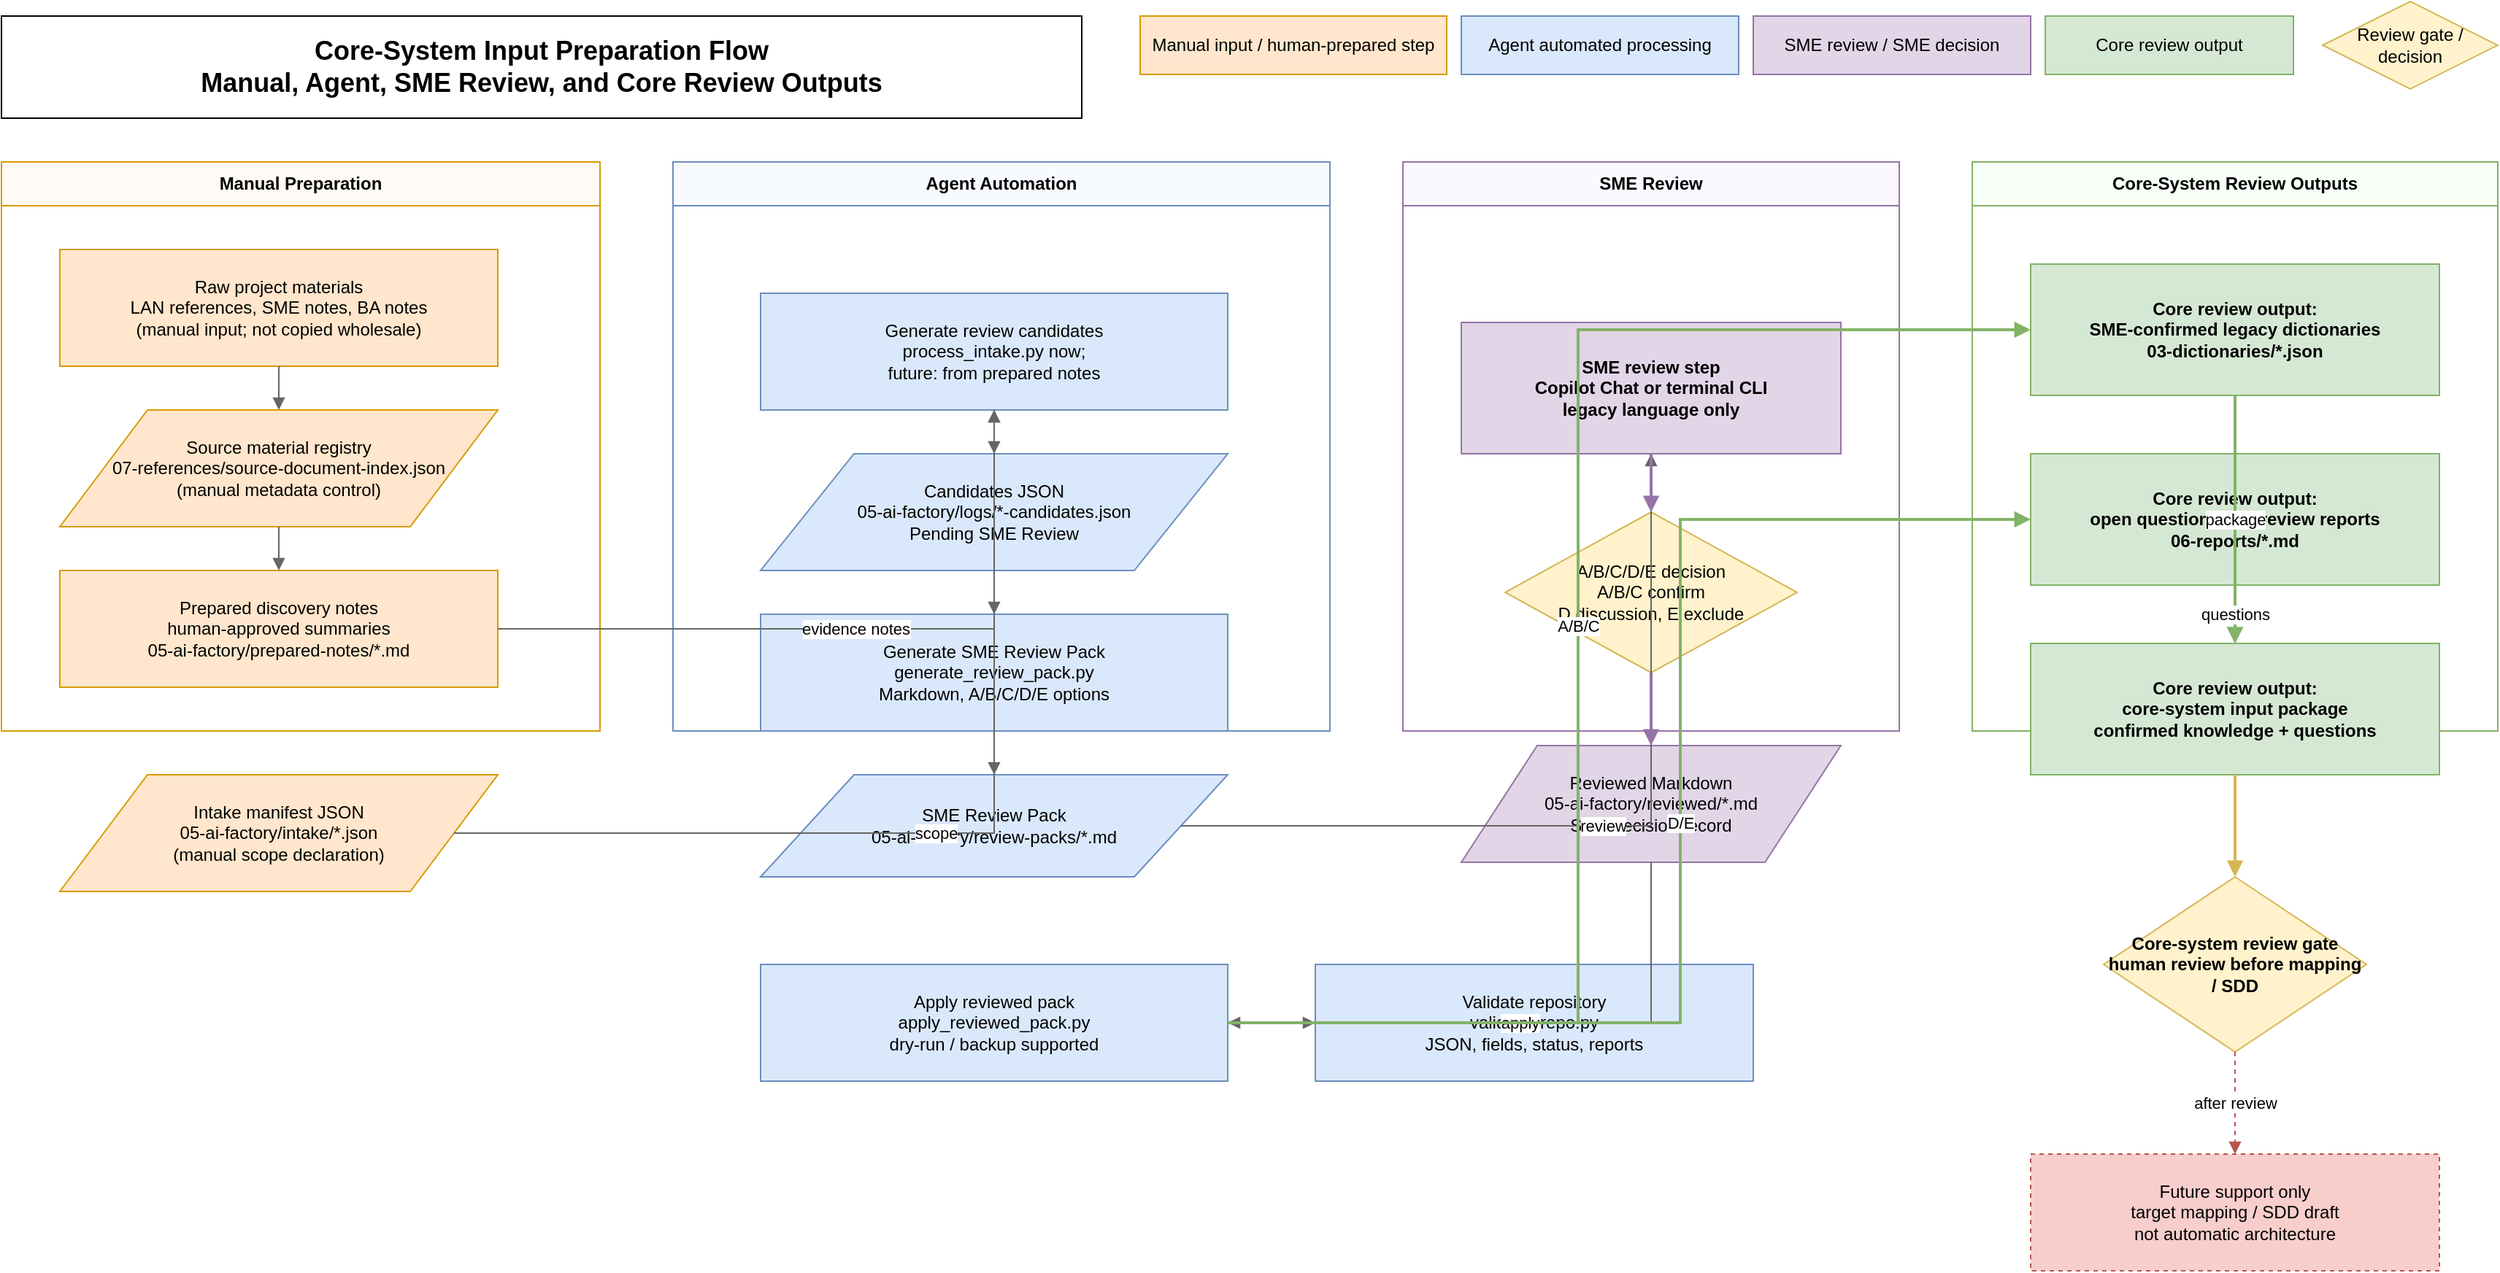
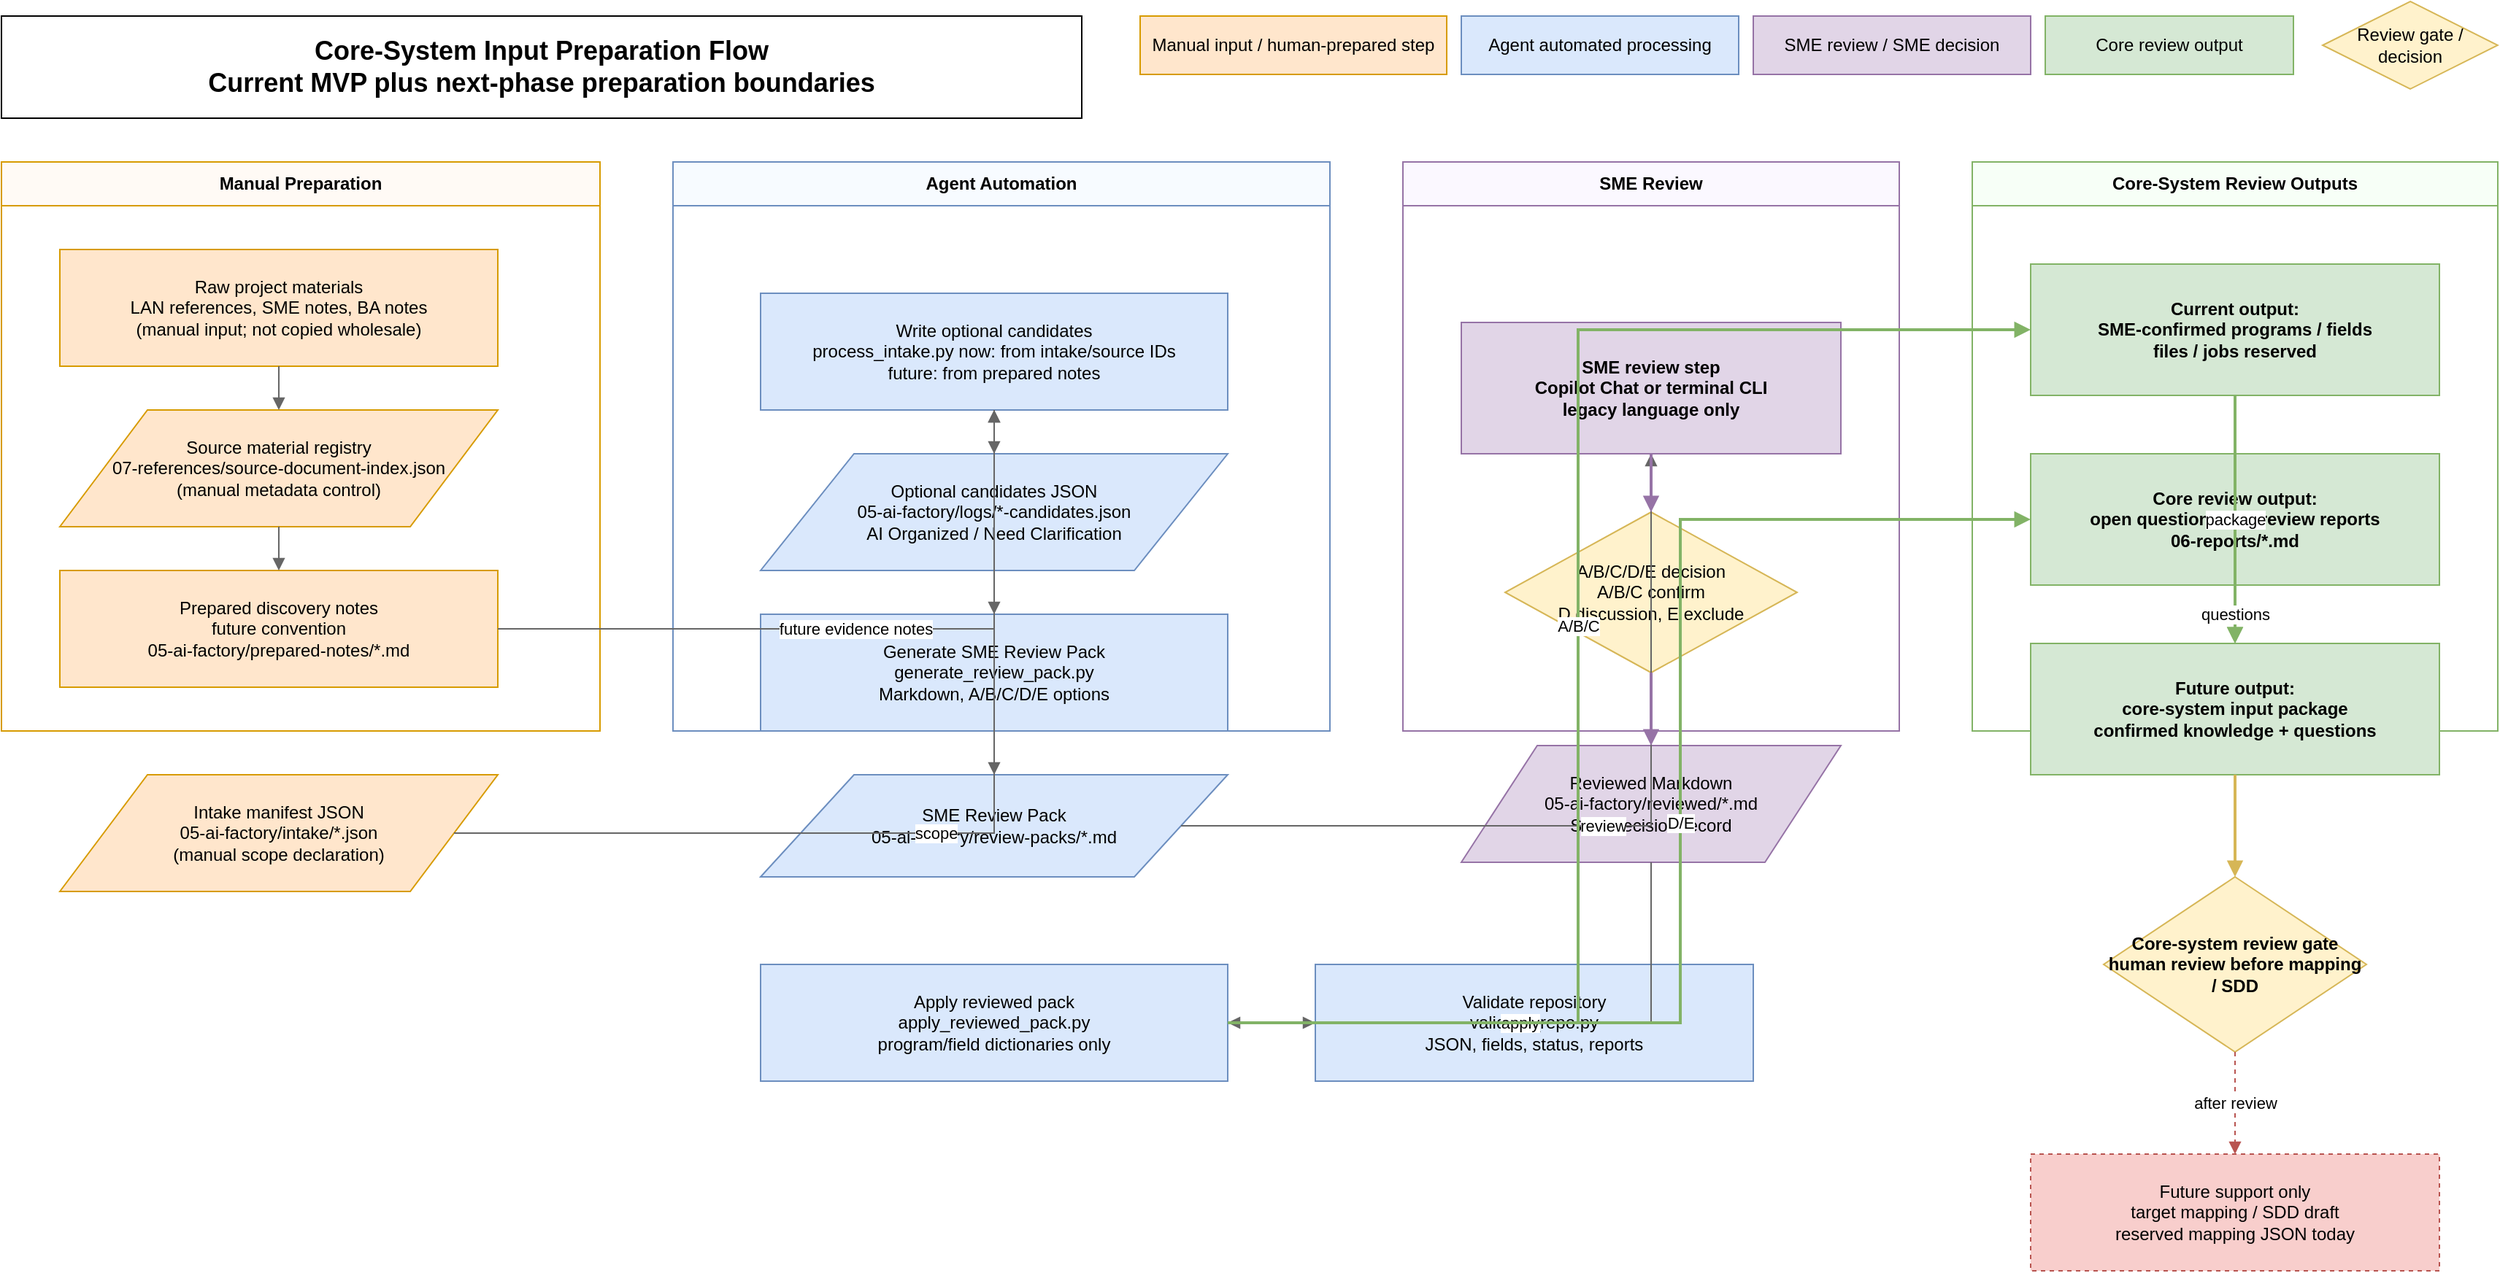
<?xml version="1.0" encoding="UTF-8"?>
<mxfile host="drawio" version="26.0.0">
  <diagram name="Core System Input Process">
    <mxGraphModel dx="1620" dy="1080" grid="1" gridSize="10" guides="1" tooltips="1" connect="1" arrows="1" fold="1" page="1" pageScale="1" pageWidth="1800" pageHeight="1200" math="0" shadow="0">
      <root>
        <mxCell id="0" />
        <mxCell id="1" parent="0" />
-         <mxCell id="title" value="Core-System Input Preparation Flow&#xa;Manual, Agent, SME Review, and Core Review Outputs" style="rounded=0;whiteSpace=wrap;html=1;fillColor=#ffffff;strokeColor=#000000;fontStyle=1;fontSize=18;" vertex="1" parent="1">
+         <mxCell id="title" value="Core-System Input Preparation Flow&#xa;Current MVP plus next-phase preparation boundaries" style="rounded=0;whiteSpace=wrap;html=1;fillColor=#ffffff;strokeColor=#000000;fontStyle=1;fontSize=18;" vertex="1" parent="1">
          <mxGeometry x="40" y="30" width="740" height="70" as="geometry" />
        </mxCell>
        <mxCell id="legend_manual" value="Manual input / human-prepared step" style="rounded=0;whiteSpace=wrap;html=1;fillColor=#ffe6cc;strokeColor=#d79b00;fontSize=12;" vertex="1" parent="1">
          <mxGeometry x="820" y="30" width="210" height="40" as="geometry" />
        </mxCell>
        <mxCell id="legend_agent" value="Agent automated processing" style="rounded=0;whiteSpace=wrap;html=1;fillColor=#dae8fc;strokeColor=#6c8ebf;fontSize=12;" vertex="1" parent="1">
          <mxGeometry x="1040" y="30" width="190" height="40" as="geometry" />
        </mxCell>
        <mxCell id="legend_sme" value="SME review / SME decision" style="rounded=0;whiteSpace=wrap;html=1;fillColor=#e1d5e7;strokeColor=#9673a6;fontSize=12;" vertex="1" parent="1">
          <mxGeometry x="1240" y="30" width="190" height="40" as="geometry" />
        </mxCell>
        <mxCell id="legend_core" value="Core review output" style="rounded=0;whiteSpace=wrap;html=1;fillColor=#d5e8d4;strokeColor=#82b366;fontSize=12;" vertex="1" parent="1">
          <mxGeometry x="1440" y="30" width="170" height="40" as="geometry" />
        </mxCell>
        <mxCell id="legend_gate" value="Review gate / decision" style="rhombus;whiteSpace=wrap;html=1;fillColor=#fff2cc;strokeColor=#d6b656;fontSize=12;" vertex="1" parent="1">
          <mxGeometry x="1630" y="20" width="120" height="60" as="geometry" />
        </mxCell>

        <mxCell id="manual_lane" value="Manual Preparation" style="swimlane;startSize=30;whiteSpace=wrap;html=1;fillColor=#fffaf5;strokeColor=#d79b00;fontStyle=1;" vertex="1" parent="1">
          <mxGeometry x="40" y="130" width="410" height="390" as="geometry" />
        </mxCell>
        <mxCell id="agent_lane" value="Agent Automation" style="swimlane;startSize=30;whiteSpace=wrap;html=1;fillColor=#f7fbff;strokeColor=#6c8ebf;fontStyle=1;" vertex="1" parent="1">
          <mxGeometry x="500" y="130" width="450" height="390" as="geometry" />
        </mxCell>
        <mxCell id="sme_lane" value="SME Review" style="swimlane;startSize=30;whiteSpace=wrap;html=1;fillColor=#fbf8ff;strokeColor=#9673a6;fontStyle=1;" vertex="1" parent="1">
          <mxGeometry x="1000" y="130" width="340" height="390" as="geometry" />
        </mxCell>
        <mxCell id="core_lane" value="Core-System Review Outputs" style="swimlane;startSize=30;whiteSpace=wrap;html=1;fillColor=#f7fff7;strokeColor=#82b366;fontStyle=1;" vertex="1" parent="1">
          <mxGeometry x="1390" y="130" width="360" height="390" as="geometry" />
        </mxCell>

        <mxCell id="raw_materials" value="Raw project materials&#xa;LAN references, SME notes, BA notes&#xa;(manual input; not copied wholesale)" style="rounded=0;whiteSpace=wrap;html=1;fillColor=#ffe6cc;strokeColor=#d79b00;fontSize=12;" vertex="1" parent="1">
          <mxGeometry x="80" y="190" width="300" height="80" as="geometry" />
        </mxCell>
        <mxCell id="source_registry" value="Source material registry&#xa;07-references/source-document-index.json&#xa;(manual metadata control)" style="shape=parallelogram;perimeter=parallelogramPerimeter;whiteSpace=wrap;html=1;fillColor=#ffe6cc;strokeColor=#d79b00;fontSize=12;" vertex="1" parent="1">
          <mxGeometry x="80" y="300" width="300" height="80" as="geometry" />
        </mxCell>
-         <mxCell id="prepared_notes" value="Prepared discovery notes&#xa;human-approved summaries&#xa;05-ai-factory/prepared-notes/*.md" style="rounded=0;whiteSpace=wrap;html=1;fillColor=#ffe6cc;strokeColor=#d79b00;fontSize=12;" vertex="1" parent="1">
+         <mxCell id="prepared_notes" value="Prepared discovery notes&#xa;future convention&#xa;05-ai-factory/prepared-notes/*.md" style="rounded=0;whiteSpace=wrap;html=1;fillColor=#ffe6cc;strokeColor=#d79b00;fontSize=12;" vertex="1" parent="1">
          <mxGeometry x="80" y="410" width="300" height="80" as="geometry" />
        </mxCell>
        <mxCell id="intake_manifest" value="Intake manifest JSON&#xa;05-ai-factory/intake/*.json&#xa;(manual scope declaration)" style="shape=parallelogram;perimeter=parallelogramPerimeter;whiteSpace=wrap;html=1;fillColor=#ffe6cc;strokeColor=#d79b00;fontSize=12;" vertex="1" parent="1">
          <mxGeometry x="80" y="550" width="300" height="80" as="geometry" />
        </mxCell>

-         <mxCell id="candidate_generation" value="Generate review candidates&#xa;process_intake.py now;&#xa;future: from prepared notes" style="rounded=0;whiteSpace=wrap;html=1;fillColor=#dae8fc;strokeColor=#6c8ebf;fontSize=12;" vertex="1" parent="1">
+         <mxCell id="candidate_generation" value="Write optional candidates&#xa;process_intake.py now: from intake/source IDs&#xa;future: from prepared notes" style="rounded=0;whiteSpace=wrap;html=1;fillColor=#dae8fc;strokeColor=#6c8ebf;fontSize=12;" vertex="1" parent="1">
          <mxGeometry x="560" y="220" width="320" height="80" as="geometry" />
        </mxCell>
-         <mxCell id="candidates_json" value="Candidates JSON&#xa;05-ai-factory/logs/*-candidates.json&#xa;Pending SME Review" style="shape=parallelogram;perimeter=parallelogramPerimeter;whiteSpace=wrap;html=1;fillColor=#dae8fc;strokeColor=#6c8ebf;fontSize=12;" vertex="1" parent="1">
+         <mxCell id="candidates_json" value="Optional candidates JSON&#xa;05-ai-factory/logs/*-candidates.json&#xa;AI Organized / Need Clarification" style="shape=parallelogram;perimeter=parallelogramPerimeter;whiteSpace=wrap;html=1;fillColor=#dae8fc;strokeColor=#6c8ebf;fontSize=12;" vertex="1" parent="1">
          <mxGeometry x="560" y="330" width="320" height="80" as="geometry" />
        </mxCell>
        <mxCell id="review_pack_generation" value="Generate SME Review Pack&#xa;generate_review_pack.py&#xa;Markdown, A/B/C/D/E options" style="rounded=0;whiteSpace=wrap;html=1;fillColor=#dae8fc;strokeColor=#6c8ebf;fontSize=12;" vertex="1" parent="1">
          <mxGeometry x="560" y="440" width="320" height="80" as="geometry" />
        </mxCell>
        <mxCell id="review_pack" value="SME Review Pack&#xa;05-ai-factory/review-packs/*.md" style="shape=parallelogram;perimeter=parallelogramPerimeter;whiteSpace=wrap;html=1;fillColor=#dae8fc;strokeColor=#6c8ebf;fontSize=12;" vertex="1" parent="1">
          <mxGeometry x="560" y="550" width="320" height="70" as="geometry" />
        </mxCell>

        <mxCell id="sme_review" value="SME review step&#xa;Copilot Chat or terminal CLI&#xa;legacy language only" style="rounded=0;whiteSpace=wrap;html=1;fillColor=#e1d5e7;strokeColor=#9673a6;fontStyle=1;fontSize=12;" vertex="1" parent="1">
          <mxGeometry x="1040" y="240" width="260" height="90" as="geometry" />
        </mxCell>
        <mxCell id="sme_decision" value="A/B/C/D/E decision&#xa;A/B/C confirm&#xa;D discussion, E exclude" style="rhombus;whiteSpace=wrap;html=1;fillColor=#fff2cc;strokeColor=#d6b656;fontSize=12;" vertex="1" parent="1">
          <mxGeometry x="1070" y="370" width="200" height="110" as="geometry" />
        </mxCell>
        <mxCell id="reviewed_markdown" value="Reviewed Markdown&#xa;05-ai-factory/reviewed/*.md&#xa;SME decision record" style="shape=parallelogram;perimeter=parallelogramPerimeter;whiteSpace=wrap;html=1;fillColor=#e1d5e7;strokeColor=#9673a6;fontSize=12;" vertex="1" parent="1">
          <mxGeometry x="1040" y="530" width="260" height="80" as="geometry" />
        </mxCell>

-         <mxCell id="apply_reviewed" value="Apply reviewed pack&#xa;apply_reviewed_pack.py&#xa;dry-run / backup supported" style="rounded=0;whiteSpace=wrap;html=1;fillColor=#dae8fc;strokeColor=#6c8ebf;fontSize=12;" vertex="1" parent="1">
+         <mxCell id="apply_reviewed" value="Apply reviewed pack&#xa;apply_reviewed_pack.py&#xa;program/field dictionaries only" style="rounded=0;whiteSpace=wrap;html=1;fillColor=#dae8fc;strokeColor=#6c8ebf;fontSize=12;" vertex="1" parent="1">
          <mxGeometry x="560" y="680" width="320" height="80" as="geometry" />
        </mxCell>
        <mxCell id="validate_repo" value="Validate repository&#xa;validate_repo.py&#xa;JSON, fields, status, reports" style="rounded=0;whiteSpace=wrap;html=1;fillColor=#dae8fc;strokeColor=#6c8ebf;fontSize=12;" vertex="1" parent="1">
          <mxGeometry x="940" y="680" width="300" height="80" as="geometry" />
        </mxCell>

-         <mxCell id="legacy_dictionaries" value="Core review output:&#xa;SME-confirmed legacy dictionaries&#xa;03-dictionaries/*.json" style="rounded=0;whiteSpace=wrap;html=1;fillColor=#d5e8d4;strokeColor=#82b366;fontStyle=1;fontSize=12;" vertex="1" parent="1">
+         <mxCell id="legacy_dictionaries" value="Current output:&#xa;SME-confirmed programs / fields&#xa;files / jobs reserved" style="rounded=0;whiteSpace=wrap;html=1;fillColor=#d5e8d4;strokeColor=#82b366;fontStyle=1;fontSize=12;" vertex="1" parent="1">
          <mxGeometry x="1430" y="200" width="280" height="90" as="geometry" />
        </mxCell>
        <mxCell id="questions_reports" value="Core review output:&#xa;open questions and review reports&#xa;06-reports/*.md" style="rounded=0;whiteSpace=wrap;html=1;fillColor=#d5e8d4;strokeColor=#82b366;fontStyle=1;fontSize=12;" vertex="1" parent="1">
          <mxGeometry x="1430" y="330" width="280" height="90" as="geometry" />
        </mxCell>
-         <mxCell id="core_input_package" value="Core review output:&#xa;core-system input package&#xa;confirmed knowledge + questions" style="rounded=0;whiteSpace=wrap;html=1;fillColor=#d5e8d4;strokeColor=#82b366;fontStyle=1;fontSize=12;" vertex="1" parent="1">
+         <mxCell id="core_input_package" value="Future output:&#xa;core-system input package&#xa;confirmed knowledge + questions" style="rounded=0;whiteSpace=wrap;html=1;fillColor=#d5e8d4;strokeColor=#82b366;fontStyle=1;fontSize=12;" vertex="1" parent="1">
          <mxGeometry x="1430" y="460" width="280" height="90" as="geometry" />
        </mxCell>
        <mxCell id="core_review_gate" value="Core-system review gate&#xa;human review before mapping / SDD" style="rhombus;whiteSpace=wrap;html=1;fillColor=#fff2cc;strokeColor=#d6b656;fontStyle=1;fontSize=12;" vertex="1" parent="1">
          <mxGeometry x="1480" y="620" width="180" height="120" as="geometry" />
        </mxCell>
-         <mxCell id="future_mapping" value="Future support only&#xa;target mapping / SDD draft&#xa;not automatic architecture" style="rounded=0;whiteSpace=wrap;html=1;fillColor=#f8cecc;strokeColor=#b85450;dashed=1;fontSize=12;" vertex="1" parent="1">
+         <mxCell id="future_mapping" value="Future support only&#xa;target mapping / SDD draft&#xa;reserved mapping JSON today" style="rounded=0;whiteSpace=wrap;html=1;fillColor=#f8cecc;strokeColor=#b85450;dashed=1;fontSize=12;" vertex="1" parent="1">
          <mxGeometry x="1430" y="810" width="280" height="80" as="geometry" />
        </mxCell>

        <mxCell id="e1" value="" style="edgeStyle=orthogonalEdgeStyle;rounded=0;orthogonalLoop=1;jettySize=auto;html=1;endArrow=block;endFill=1;strokeColor=#666666;" edge="1" parent="1" source="raw_materials" target="source_registry">
          <mxGeometry relative="1" as="geometry" />
        </mxCell>
        <mxCell id="e2" value="" style="edgeStyle=orthogonalEdgeStyle;rounded=0;orthogonalLoop=1;jettySize=auto;html=1;endArrow=block;endFill=1;strokeColor=#666666;" edge="1" parent="1" source="source_registry" target="prepared_notes">
          <mxGeometry relative="1" as="geometry" />
        </mxCell>
        <mxCell id="e3" value="scope" style="edgeStyle=orthogonalEdgeStyle;rounded=0;orthogonalLoop=1;jettySize=auto;html=1;endArrow=block;endFill=1;strokeColor=#666666;" edge="1" parent="1" source="intake_manifest" target="candidate_generation">
          <mxGeometry relative="1" as="geometry" />
        </mxCell>
-         <mxCell id="e4" value="evidence notes" style="edgeStyle=orthogonalEdgeStyle;rounded=0;orthogonalLoop=1;jettySize=auto;html=1;endArrow=block;endFill=1;strokeColor=#666666;" edge="1" parent="1" source="prepared_notes" target="candidate_generation">
+         <mxCell id="e4" value="future evidence notes" style="edgeStyle=orthogonalEdgeStyle;rounded=0;orthogonalLoop=1;jettySize=auto;html=1;endArrow=block;endFill=1;strokeColor=#666666;" edge="1" parent="1" source="prepared_notes" target="candidate_generation">
          <mxGeometry relative="1" as="geometry" />
        </mxCell>
        <mxCell id="e5" value="" style="edgeStyle=orthogonalEdgeStyle;rounded=0;orthogonalLoop=1;jettySize=auto;html=1;endArrow=block;endFill=1;strokeColor=#666666;" edge="1" parent="1" source="candidate_generation" target="candidates_json">
          <mxGeometry relative="1" as="geometry" />
        </mxCell>
        <mxCell id="e6" value="" style="edgeStyle=orthogonalEdgeStyle;rounded=0;orthogonalLoop=1;jettySize=auto;html=1;endArrow=block;endFill=1;strokeColor=#666666;" edge="1" parent="1" source="candidates_json" target="review_pack_generation">
          <mxGeometry relative="1" as="geometry" />
        </mxCell>
        <mxCell id="e7" value="" style="edgeStyle=orthogonalEdgeStyle;rounded=0;orthogonalLoop=1;jettySize=auto;html=1;endArrow=block;endFill=1;strokeColor=#666666;" edge="1" parent="1" source="review_pack_generation" target="review_pack">
          <mxGeometry relative="1" as="geometry" />
        </mxCell>
        <mxCell id="e8" value="review" style="edgeStyle=orthogonalEdgeStyle;rounded=0;orthogonalLoop=1;jettySize=auto;html=1;endArrow=block;endFill=1;strokeColor=#666666;" edge="1" parent="1" source="review_pack" target="sme_review">
          <mxGeometry relative="1" as="geometry" />
        </mxCell>
        <mxCell id="e9" value="" style="edgeStyle=orthogonalEdgeStyle;rounded=0;orthogonalLoop=1;jettySize=auto;html=1;endArrow=block;endFill=1;strokeColor=#9673a6;strokeWidth=2;" edge="1" parent="1" source="sme_review" target="sme_decision">
          <mxGeometry relative="1" as="geometry" />
        </mxCell>
        <mxCell id="e10" value="" style="edgeStyle=orthogonalEdgeStyle;rounded=0;orthogonalLoop=1;jettySize=auto;html=1;endArrow=block;endFill=1;strokeColor=#9673a6;strokeWidth=2;" edge="1" parent="1" source="sme_decision" target="reviewed_markdown">
          <mxGeometry relative="1" as="geometry" />
        </mxCell>
        <mxCell id="e11" value="apply" style="edgeStyle=orthogonalEdgeStyle;rounded=0;orthogonalLoop=1;jettySize=auto;html=1;endArrow=block;endFill=1;strokeColor=#666666;" edge="1" parent="1" source="reviewed_markdown" target="apply_reviewed">
          <mxGeometry relative="1" as="geometry">
            <Array as="points">
              <mxPoint x="1170" y="720" />
            </Array>
          </mxGeometry>
        </mxCell>
        <mxCell id="e12" value="" style="edgeStyle=orthogonalEdgeStyle;rounded=0;orthogonalLoop=1;jettySize=auto;html=1;endArrow=block;endFill=1;strokeColor=#666666;" edge="1" parent="1" source="apply_reviewed" target="validate_repo">
          <mxGeometry relative="1" as="geometry" />
        </mxCell>
        <mxCell id="e13" value="A/B/C" style="edgeStyle=orthogonalEdgeStyle;rounded=0;orthogonalLoop=1;jettySize=auto;html=1;endArrow=block;endFill=1;strokeColor=#82b366;strokeWidth=2;" edge="1" parent="1" source="apply_reviewed" target="legacy_dictionaries">
          <mxGeometry relative="1" as="geometry">
            <Array as="points">
              <mxPoint x="1120" y="720" />
              <mxPoint x="1120" y="245" />
            </Array>
          </mxGeometry>
        </mxCell>
        <mxCell id="e14" value="D/E" style="edgeStyle=orthogonalEdgeStyle;rounded=0;orthogonalLoop=1;jettySize=auto;html=1;endArrow=block;endFill=1;strokeColor=#82b366;strokeWidth=2;" edge="1" parent="1" source="apply_reviewed" target="questions_reports">
          <mxGeometry relative="1" as="geometry">
            <Array as="points">
              <mxPoint x="1190" y="720" />
              <mxPoint x="1190" y="375" />
            </Array>
          </mxGeometry>
        </mxCell>
        <mxCell id="e15" value="package" style="edgeStyle=orthogonalEdgeStyle;rounded=0;orthogonalLoop=1;jettySize=auto;html=1;endArrow=block;endFill=1;strokeColor=#82b366;strokeWidth=2;" edge="1" parent="1" source="legacy_dictionaries" target="core_input_package">
          <mxGeometry relative="1" as="geometry" />
        </mxCell>
        <mxCell id="e16" value="questions" style="edgeStyle=orthogonalEdgeStyle;rounded=0;orthogonalLoop=1;jettySize=auto;html=1;endArrow=block;endFill=1;strokeColor=#82b366;strokeWidth=2;" edge="1" parent="1" source="questions_reports" target="core_input_package">
          <mxGeometry relative="1" as="geometry" />
        </mxCell>
        <mxCell id="e17" value="" style="edgeStyle=orthogonalEdgeStyle;rounded=0;orthogonalLoop=1;jettySize=auto;html=1;endArrow=block;endFill=1;strokeColor=#d6b656;strokeWidth=2;" edge="1" parent="1" source="core_input_package" target="core_review_gate">
          <mxGeometry relative="1" as="geometry" />
        </mxCell>
        <mxCell id="e18" value="after review" style="edgeStyle=orthogonalEdgeStyle;rounded=0;orthogonalLoop=1;jettySize=auto;html=1;endArrow=block;endFill=1;strokeColor=#b85450;dashed=1;" edge="1" parent="1" source="core_review_gate" target="future_mapping">
          <mxGeometry relative="1" as="geometry" />
        </mxCell>
      </root>
    </mxGraphModel>
  </diagram>
</mxfile>
